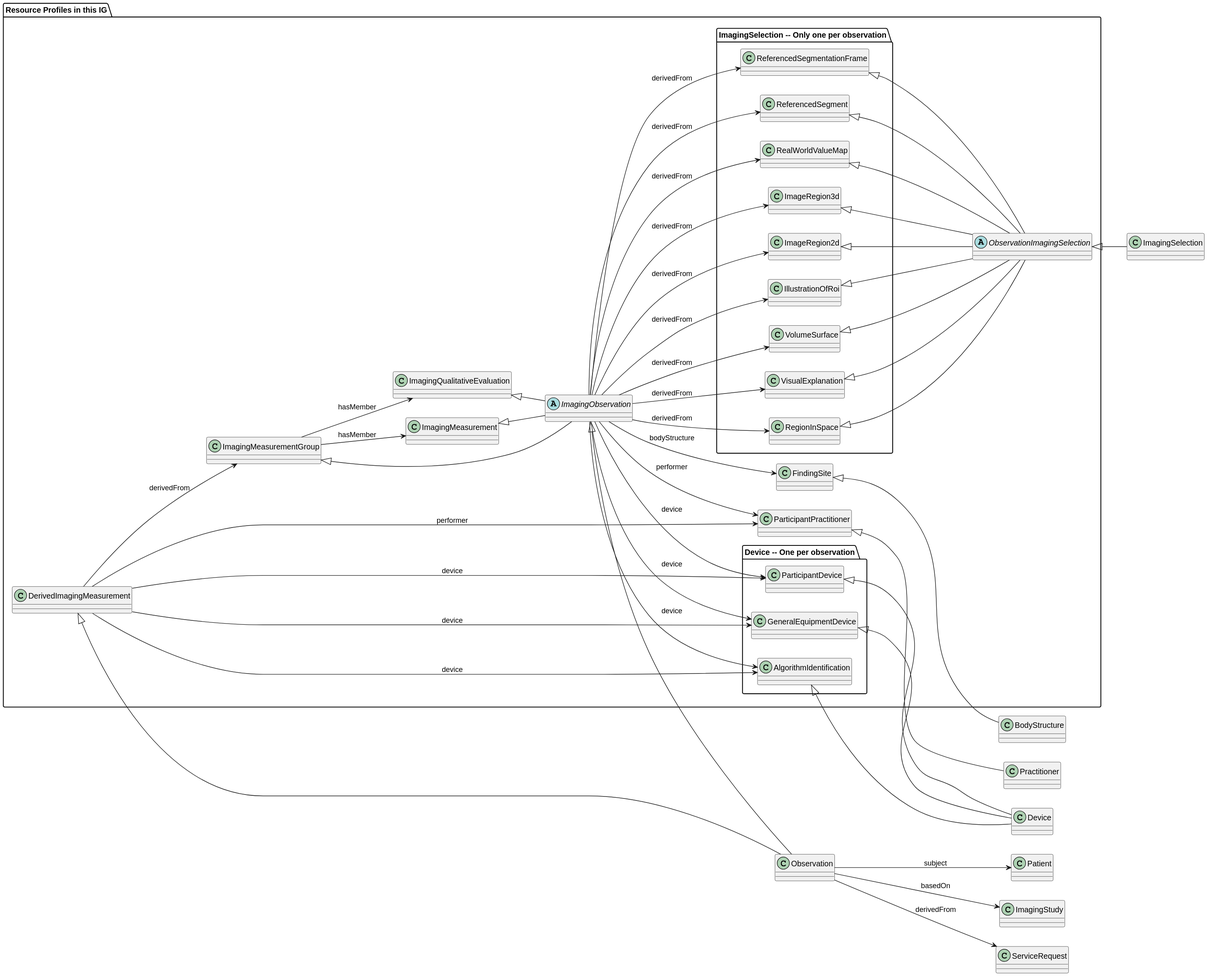
This is input/images/dicom_sr_resource_relationships.svg from HL7/dicom-sr, a PlantUML export, as it was before one commit.
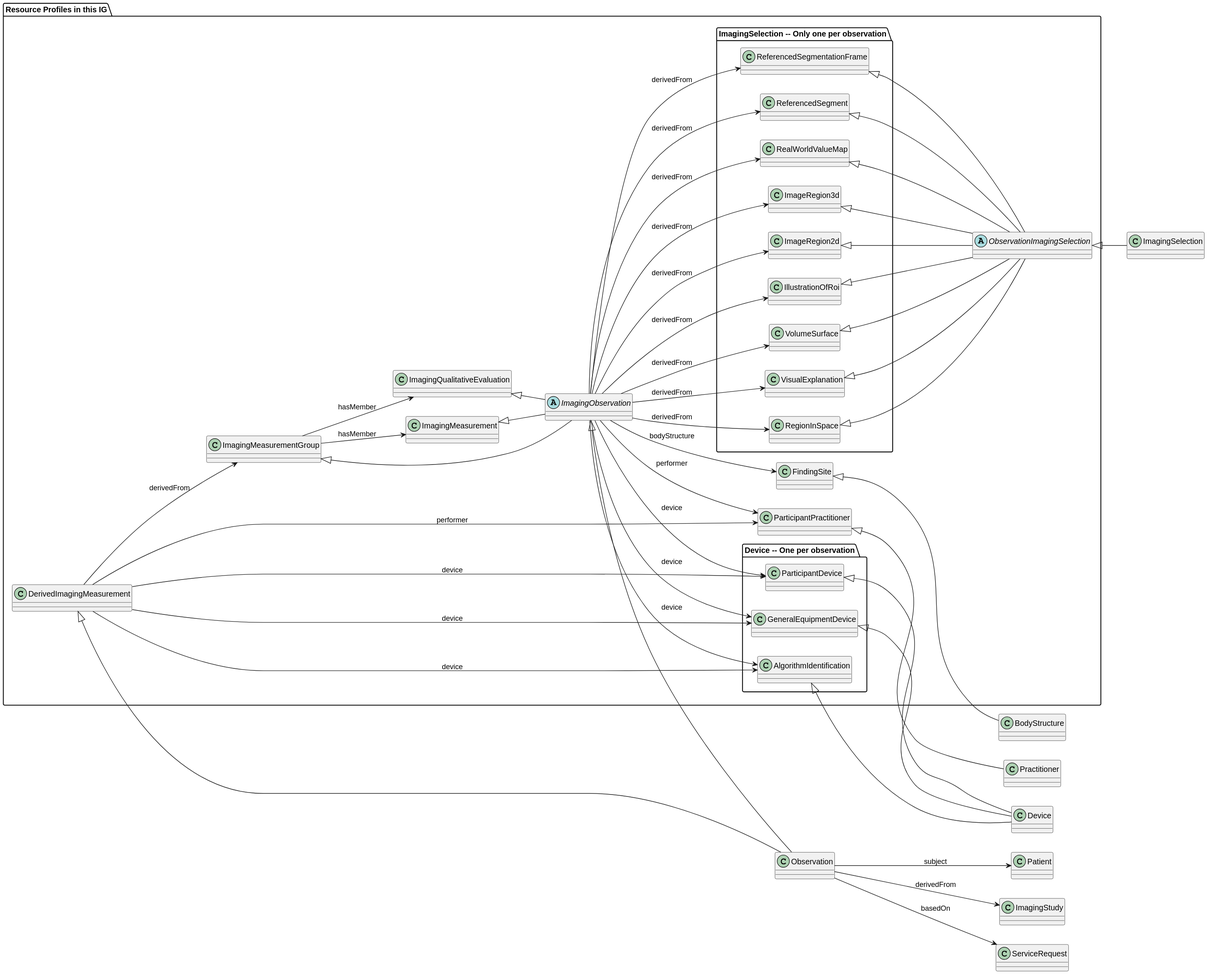
The same file after the commit.

Change to the diagram source:
```diff
@@ -66,8 +66,8 @@
 FindingSite <|-- BodyStructure
 
 Observation --> Patient: subject
-Observation --> ImagingStudy: basedOn
-Observation --> ServiceRequest: derivedFrom
+Observation --> ImagingStudy: derivedFrom
+Observation --> ServiceRequest: basedOn
 
 ImagingObservation --> GeneralEquipmentDevice: device
 ImagingObservation --> ParticipantDevice: device
```
